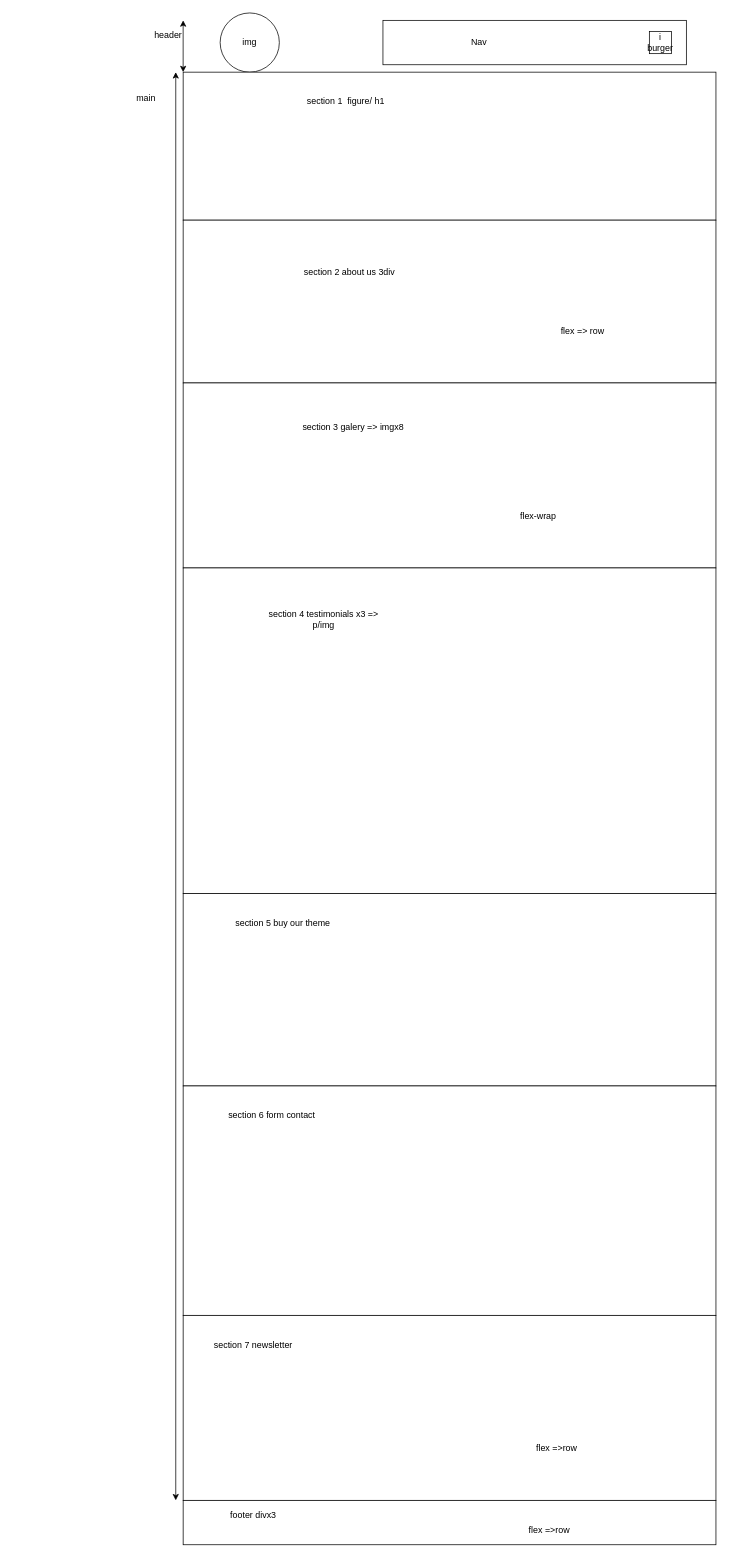
Earlier version of the draw.io diagram Untitled Diagram.drawio (Jaune-Senat/ExoVibes). Source tidied: cells renumbered, new cells numbered last; positions are measured from the earlier drawing's top-left corner, leaving out a move shared by most shapes. Both pictures are drawn from the tidied source at 74%, with x=0, y=0 at pixel (131, 13).
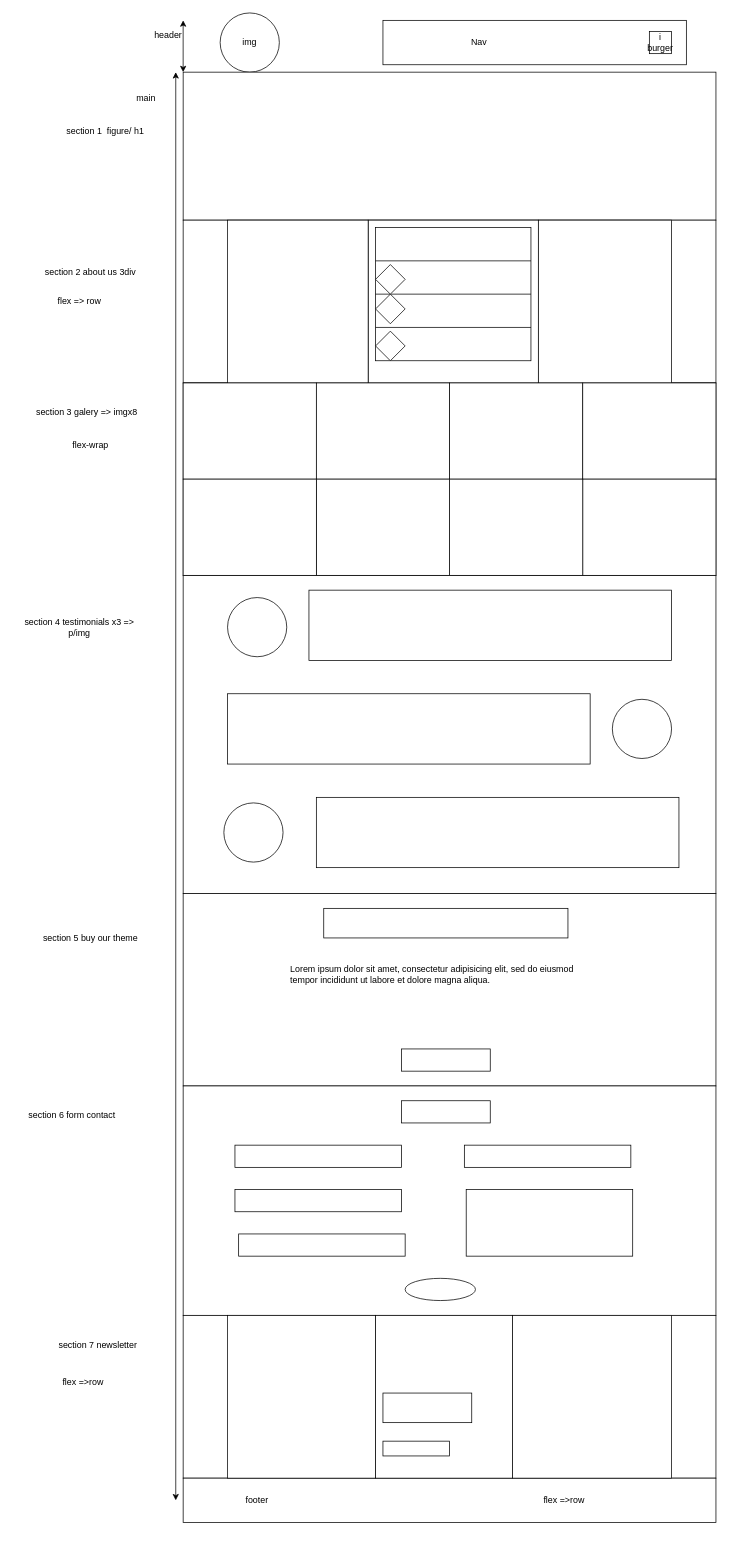
After the change.

The edit, as a diff of the source:
```diff
@@
     <mxCell id="6" value="section 1&amp;nbsp; figure/ h1" style="text;html=1;strokeColor=none;fillColor=none;align=center;verticalAlign=middle;whiteSpace=wrap;rounded=0;" parent="1" vertex="1">
-      <mxGeometry x="150" y="110" width="280" height="20" as="geometry" />
+      <mxGeometry x="-120" y="150" width="170" height="20" as="geometry" />
     </mxCell>
@@
     <mxCell id="8" style="rounded=0;whiteSpace=wrap;html=1;" parent="1" vertex="1">
-      <mxGeometry x="70" y="500" width="720" height="250" as="geometry" />
+      <mxGeometry x="70" y="500" width="720" height="260" as="geometry" />
     </mxCell>
     <mxCell id="9" value="section 3 galery =&amp;gt; imgx8" style="text;html=1;strokeColor=none;fillColor=none;align=center;verticalAlign=middle;whiteSpace=wrap;rounded=0;" parent="1" vertex="1">
-      <mxGeometry x="220" y="550" width="160" height="20" as="geometry" />
+      <mxGeometry x="-140" y="530" width="160" height="20" as="geometry" />
     </mxCell>
     <mxCell id="10" value="section 2 about us 3div" style="text;html=1;strokeColor=none;fillColor=none;align=center;verticalAlign=middle;whiteSpace=wrap;rounded=0;" parent="1" vertex="1">
-      <mxGeometry x="190" y="340" width="210" height="20" as="geometry" />
+      <mxGeometry x="-160" y="340" width="210" height="20" as="geometry" />
     </mxCell>
     <mxCell id="11" style="rounded=0;whiteSpace=wrap;html=1;" parent="1" vertex="1">
-      <mxGeometry x="70" y="750" width="720" height="440" as="geometry" />
+      <mxGeometry x="70" y="760" width="720" height="430" as="geometry" />
     </mxCell>
     <mxCell id="12" value="section 4 testimonials x3 =&amp;gt; p/img" style="text;html=1;strokeColor=none;fillColor=none;align=center;verticalAlign=middle;whiteSpace=wrap;rounded=0;" parent="1" vertex="1">
-      <mxGeometry x="170" y="810" width="180" height="20" as="geometry" />
+      <mxGeometry x="-160" y="820" width="180" height="20" as="geometry" />
     </mxCell>
@@
     <mxCell id="14" value="&lt;div&gt;section 5 buy our theme&lt;/div&gt;" style="text;html=1;strokeColor=none;fillColor=none;align=center;verticalAlign=middle;whiteSpace=wrap;rounded=0;" parent="1" vertex="1">
-      <mxGeometry x="130" y="1220" width="150" height="20" as="geometry" />
+      <mxGeometry x="-130" y="1240" width="150" height="20" as="geometry" />
     </mxCell>
@@
     <mxCell id="16" value="section 6 form contact" style="text;html=1;strokeColor=none;fillColor=none;align=center;verticalAlign=middle;whiteSpace=wrap;rounded=0;" parent="1" vertex="1">
-      <mxGeometry x="110" y="1480" width="160" height="20" as="geometry" />
+      <mxGeometry x="-160" y="1480" width="160" height="20" as="geometry" />
     </mxCell>
     <mxCell id="17" style="rounded=0;whiteSpace=wrap;html=1;" parent="1" vertex="1">
-      <mxGeometry x="70" y="1760" width="720" height="250" as="geometry" />
+      <mxGeometry x="70" y="1760" width="720" height="220" as="geometry" />
     </mxCell>
     <mxCell id="18" value="section 7 newsletter" style="text;html=1;strokeColor=none;fillColor=none;align=center;verticalAlign=middle;whiteSpace=wrap;rounded=0;" parent="1" vertex="1">
-      <mxGeometry x="100" y="1790" width="130" height="20" as="geometry" />
+      <mxGeometry x="-110" y="1790" width="130" height="20" as="geometry" />
     </mxCell>
+    <mxCell id="30" style="edgeStyle=orthogonalEdgeStyle;rounded=0;jettySize=auto;html=1;" parent="1" edge="1" source="19" target="70">
+      <mxGeometry relative="1" as="geometry" />
+    </mxCell>
     <mxCell id="19" style="rounded=0;whiteSpace=wrap;html=1;" parent="1" vertex="1">
-      <mxGeometry x="70" y="2010" width="720" height="60" as="geometry" />
+      <mxGeometry x="70" y="1980" width="720" height="60" as="geometry" />
     </mxCell>
-    <mxCell id="20" value="footer divx3" style="text;html=1;strokeColor=none;fillColor=none;align=center;verticalAlign=middle;whiteSpace=wrap;rounded=0;" parent="1" vertex="1">
-      <mxGeometry x="90" y="2020" width="150" height="20" as="geometry" />
+    <mxCell id="20" value="footer " style="text;html=1;strokeColor=none;fillColor=none;align=center;verticalAlign=middle;whiteSpace=wrap;rounded=0;" parent="1" vertex="1">
+      <mxGeometry x="95" y="2000" width="150" height="20" as="geometry" />
     </mxCell>
@@
     <mxCell id="26" value="&lt;div&gt;flex-wrap&lt;/div&gt;" style="text;html=1;strokeColor=none;fillColor=none;align=center;verticalAlign=middle;whiteSpace=wrap;rounded=0;" parent="1" vertex="1">
-      <mxGeometry x="480" y="670" width="140" height="20" as="geometry" />
+      <mxGeometry x="-125" y="575" width="140" height="20" as="geometry" />
     </mxCell>
     <mxCell id="27" value="flex =&amp;gt; row" style="text;html=1;strokeColor=none;fillColor=none;align=center;verticalAlign=middle;whiteSpace=wrap;rounded=0;" parent="1" vertex="1">
-      <mxGeometry x="560" y="420" width="100" height="20" as="geometry" />
+      <mxGeometry x="-120" y="380" width="100" height="20" as="geometry" />
     </mxCell>
     <mxCell id="28" value="flex =&amp;gt;row" style="text;html=1;strokeColor=none;fillColor=none;align=center;verticalAlign=middle;whiteSpace=wrap;rounded=0;" parent="1" vertex="1">
-      <mxGeometry x="490" y="1930" width="170" height="20" as="geometry" />
+      <mxGeometry x="-150" y="1840" width="170" height="20" as="geometry" />
     </mxCell>
     <mxCell id="29" value="flex =&amp;gt;row" style="text;html=1;strokeColor=none;fillColor=none;align=center;verticalAlign=middle;whiteSpace=wrap;rounded=0;" parent="1" vertex="1">
-      <mxGeometry x="480" y="2040" width="170" height="20" as="geometry" />
+      <mxGeometry x="500" y="2000" width="170" height="20" as="geometry" />
     </mxCell>
+    <mxCell id="31" style="rounded=0;whiteSpace=wrap;html=1;" parent="1" vertex="1">
+      <mxGeometry x="320" y="280" width="230" height="220" as="geometry" />
+    </mxCell>
+    <mxCell id="32" style="rounded=0;whiteSpace=wrap;html=1;" parent="1" vertex="1">
+      <mxGeometry x="130" y="280" width="190" height="220" as="geometry" />
+    </mxCell>
+    <mxCell id="33" style="rounded=0;whiteSpace=wrap;html=1;" parent="1" vertex="1">
+      <mxGeometry x="550" y="280" width="180" height="220" as="geometry" />
+    </mxCell>
+    <mxCell id="34" style="rounded=0;whiteSpace=wrap;html=1;" parent="1" vertex="1">
+      <mxGeometry x="330" y="290" width="210" height="180" as="geometry" />
+    </mxCell>
+    <mxCell id="35" style="endArrow=none;html=1;entryX=1;entryY=0.25;entryDx=0;entryDy=0;exitX=0;exitY=0.25;exitDx=0;exitDy=0;" parent="1" edge="1" source="34" target="34">
+      <mxGeometry relative="1" as="geometry" />
+    </mxCell>
+    <mxCell id="36" style="endArrow=none;html=1;entryX=1;entryY=0.5;entryDx=0;entryDy=0;exitX=0;exitY=0.5;exitDx=0;exitDy=0;" parent="1" edge="1" source="34" target="34">
+      <mxGeometry relative="1" as="geometry" />
+    </mxCell>
+    <mxCell id="37" style="endArrow=none;html=1;exitX=0;exitY=0.75;exitDx=0;exitDy=0;entryX=1;entryY=0.75;entryDx=0;entryDy=0;" parent="1" edge="1" source="34" target="34">
+      <mxGeometry relative="1" as="geometry" />
+    </mxCell>
+    <mxCell id="38" style="rhombus;whiteSpace=wrap;html=1;" parent="1" vertex="1">
+      <mxGeometry x="330" y="340" width="40" height="40" as="geometry" />
+    </mxCell>
+    <mxCell id="39" style="rhombus;whiteSpace=wrap;html=1;" parent="1" vertex="1">
+      <mxGeometry x="330" y="380" width="40" height="40" as="geometry" />
+    </mxCell>
+    <mxCell id="40" style="rhombus;whiteSpace=wrap;html=1;" parent="1" vertex="1">
+      <mxGeometry x="330" y="430" width="40" height="40" as="geometry" />
+    </mxCell>
+    <mxCell id="41" style="rounded=0;whiteSpace=wrap;html=1;" parent="1" vertex="1">
+      <mxGeometry x="70" y="500" width="180" height="130" as="geometry" />
+    </mxCell>
+    <mxCell id="42" style="rounded=0;whiteSpace=wrap;html=1;" parent="1" vertex="1">
+      <mxGeometry x="250" y="500" width="180" height="130" as="geometry" />
+    </mxCell>
+    <mxCell id="43" style="rounded=0;whiteSpace=wrap;html=1;" parent="1" vertex="1">
+      <mxGeometry x="430" y="500" width="180" height="130" as="geometry" />
+    </mxCell>
+    <mxCell id="44" style="rounded=0;whiteSpace=wrap;html=1;" parent="1" vertex="1">
+      <mxGeometry x="610" y="500" width="180" height="130" as="geometry" />
+    </mxCell>
+    <mxCell id="45" style="rounded=0;whiteSpace=wrap;html=1;" parent="1" vertex="1">
+      <mxGeometry x="610" y="630" width="180" height="130" as="geometry" />
+    </mxCell>
+    <mxCell id="46" style="rounded=0;whiteSpace=wrap;html=1;" parent="1" vertex="1">
+      <mxGeometry x="430" y="630" width="180" height="130" as="geometry" />
+    </mxCell>
+    <mxCell id="47" style="rounded=0;whiteSpace=wrap;html=1;" parent="1" vertex="1">
+      <mxGeometry x="250" y="630" width="180" height="130" as="geometry" />
+    </mxCell>
+    <mxCell id="48" style="rounded=0;whiteSpace=wrap;html=1;" parent="1" vertex="1">
+      <mxGeometry x="70" y="630" width="180" height="130" as="geometry" />
+    </mxCell>
+    <mxCell id="49" style="ellipse;whiteSpace=wrap;html=1;" parent="1" vertex="1">
+      <mxGeometry x="130" y="790" width="80" height="80" as="geometry" />
+    </mxCell>
+    <mxCell id="50" style="rounded=0;whiteSpace=wrap;html=1;" parent="1" vertex="1">
+      <mxGeometry x="240" y="780" width="490" height="95" as="geometry" />
+    </mxCell>
+    <mxCell id="51" style="rounded=0;whiteSpace=wrap;html=1;" parent="1" vertex="1">
+      <mxGeometry x="130" y="920" width="490" height="95" as="geometry" />
+    </mxCell>
+    <mxCell id="52" style="ellipse;whiteSpace=wrap;html=1;" parent="1" vertex="1">
+      <mxGeometry x="650" y="927.5" width="80" height="80" as="geometry" />
+    </mxCell>
+    <mxCell id="53" style="rounded=0;whiteSpace=wrap;html=1;" parent="1" vertex="1">
+      <mxGeometry x="250" y="1060" width="490" height="95" as="geometry" />
+    </mxCell>
+    <mxCell id="54" style="ellipse;whiteSpace=wrap;html=1;" parent="1" vertex="1">
+      <mxGeometry x="125" y="1067.5" width="80" height="80" as="geometry" />
+    </mxCell>
+    <mxCell id="55" style="rounded=0;whiteSpace=wrap;html=1;" parent="1" vertex="1">
+      <mxGeometry x="260" y="1210" width="330" height="40" as="geometry" />
+    </mxCell>
+    <mxCell id="56" value="&lt;br&gt;&lt;p&gt;Lorem ipsum dolor sit amet, consectetur adipisicing elit, sed do eiusmod tempor incididunt ut labore et dolore magna aliqua.&lt;/p&gt;" style="text;html=1;strokeColor=none;fillColor=none;spacing=5;spacingTop=-20;whiteSpace=wrap;overflow=hidden;rounded=0;" parent="1" vertex="1">
+      <mxGeometry x="210" y="1270" width="430" height="100" as="geometry" />
+    </mxCell>
+    <mxCell id="57" style="rounded=0;whiteSpace=wrap;html=1;" parent="1" vertex="1">
+      <mxGeometry x="365" y="1400" width="120" height="30" as="geometry" />
+    </mxCell>
+    <mxCell id="58" style="rounded=0;whiteSpace=wrap;html=1;" parent="1" vertex="1">
+      <mxGeometry x="365" y="1470" width="120" height="30" as="geometry" />
+    </mxCell>
+    <mxCell id="59" style="rounded=0;whiteSpace=wrap;html=1;" parent="1" vertex="1">
+      <mxGeometry x="140" y="1530" width="225" height="30" as="geometry" />
+    </mxCell>
+    <mxCell id="60" style="rounded=0;whiteSpace=wrap;html=1;" parent="1" vertex="1">
+      <mxGeometry x="140" y="1590" width="225" height="30" as="geometry" />
+    </mxCell>
+    <mxCell id="61" style="rounded=0;whiteSpace=wrap;html=1;" parent="1" vertex="1">
+      <mxGeometry x="145" y="1650" width="225" height="30" as="geometry" />
+    </mxCell>
+    <mxCell id="62" style="rounded=0;whiteSpace=wrap;html=1;" parent="1" vertex="1">
+      <mxGeometry x="450" y="1530" width="225" height="30" as="geometry" />
+    </mxCell>
+    <mxCell id="63" style="rounded=0;whiteSpace=wrap;html=1;" parent="1" vertex="1">
+      <mxGeometry x="452.5" y="1590" width="225" height="90" as="geometry" />
+    </mxCell>
+    <mxCell id="64" style="edgeStyle=orthogonalEdgeStyle;rounded=0;orthogonalLoop=1;jettySize=auto;html=1;exitX=0.5;exitY=1;exitDx=0;exitDy=0;" parent="1" edge="1" source="28" target="28">
+      <mxGeometry relative="1" as="geometry" />
+    </mxCell>
+    <mxCell id="65" style="ellipse;whiteSpace=wrap;html=1;" parent="1" vertex="1">
+      <mxGeometry x="370" y="1710" width="95" height="30" as="geometry" />
+    </mxCell>
+    <mxCell id="66" style="rounded=0;whiteSpace=wrap;html=1;" parent="1" vertex="1">
+      <mxGeometry x="130" y="1760" width="200" height="220" as="geometry" />
+    </mxCell>
+    <mxCell id="67" style="rounded=0;whiteSpace=wrap;html=1;" parent="1" vertex="1">
+      <mxGeometry x="330" y="1760" width="185" height="220" as="geometry" />
+    </mxCell>
+    <mxCell id="68" style="rounded=0;whiteSpace=wrap;html=1;" parent="1" vertex="1">
+      <mxGeometry x="515" y="1760" width="215" height="220" as="geometry" />
+    </mxCell>
+    <mxCell id="69" style="rounded=0;whiteSpace=wrap;html=1;" parent="1" vertex="1">
+      <mxGeometry x="340" y="1930" width="90" height="20" as="geometry" />
+    </mxCell>
+    <mxCell id="70" style="rounded=0;whiteSpace=wrap;html=1;" parent="1" vertex="1">
+      <mxGeometry x="340" y="1865" width="120" height="40" as="geometry" />
+    </mxCell>
+    <mxCell id="71" style="edgeStyle=orthogonalEdgeStyle;rounded=0;orthogonalLoop=1;jettySize=auto;html=1;exitX=0.5;exitY=1;exitDx=0;exitDy=0;" parent="1" edge="1" source="67" target="67">
+      <mxGeometry relative="1" as="geometry" />
+    </mxCell>
```
